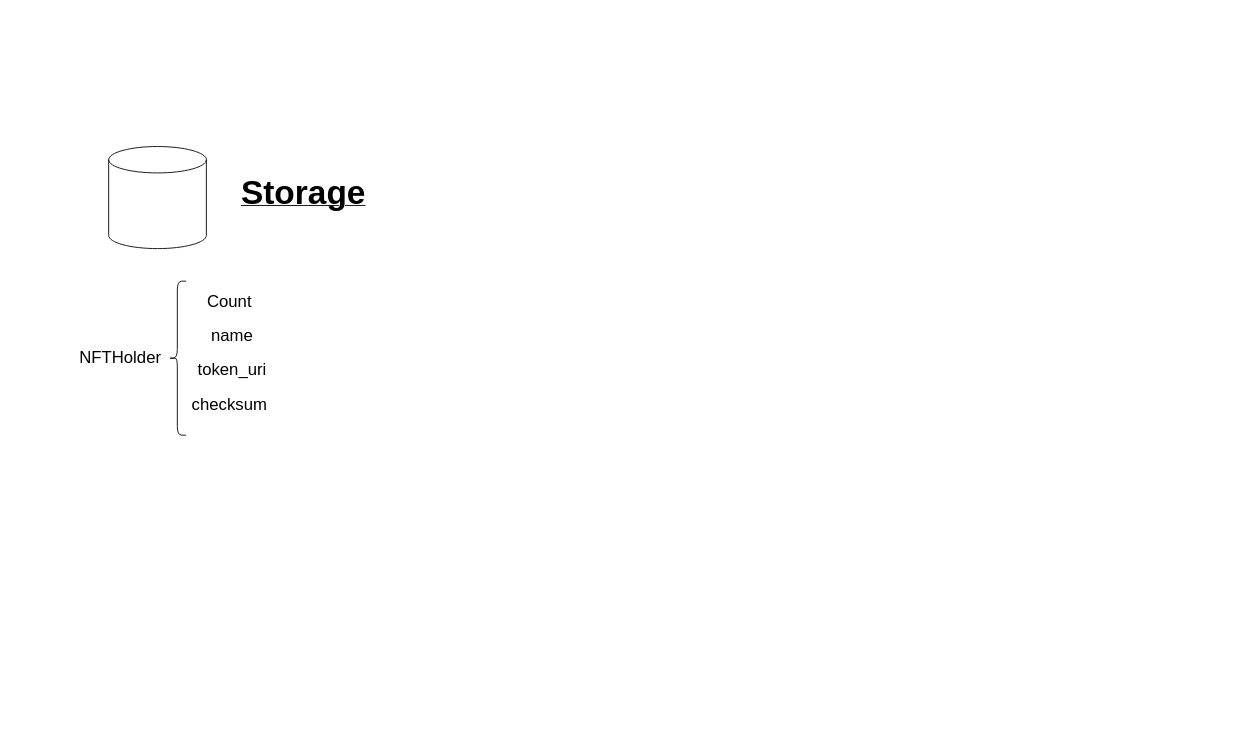
Above: LOL.drawio in k3rn3lpanicc/NDPC-SmartContract (draw.io), before the change. Source tidied: cells renumbered, new cells numbered last; positions are measured from the earlier drawing's top-left corner, leaving out a move shared by most shapes. Both pictures are drawn from the tidied source at 88%, with x=0, y=0 at pixel (70, 146).
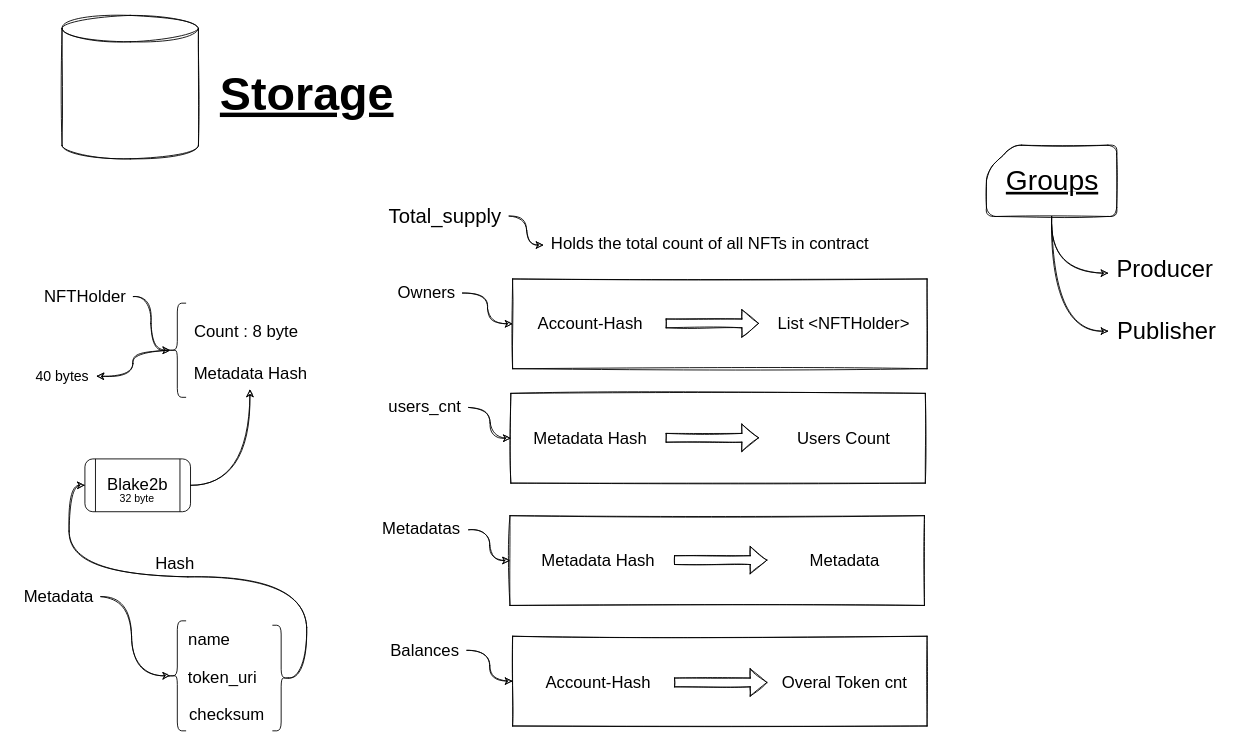
The same diagram, later.

Diff of the diagram source:
```diff
@@
-    <mxCell id="2" style="shape=cylinder3;whiteSpace=wrap;html=1;boundedLbl=1;backgroundOutline=1;size=15;" parent="1" vertex="1">
-      <mxGeometry x="43" width="111" height="116" as="geometry" />
+    <mxCell id="2" style="shape=cylinder3;whiteSpace=wrap;html=1;boundedLbl=1;backgroundOutline=1;size=15;rounded=1;fillColor=none;fontColor=#ffffff;strokeColor=default;shadow=0;sketch=1;" parent="1" vertex="1">
+      <mxGeometry x="-10" y="-149" width="155" height="163" as="geometry" />
     </mxCell>
-    <mxCell id="3" value="&lt;b&gt;&lt;u&gt;&lt;font style=&quot;font-size: 38px;&quot;&gt;Storage&lt;/font&gt;&lt;/u&gt;&lt;/b&gt;" style="text;html=1;align=center;verticalAlign=middle;strokeColor=none;fillColor=none;" parent="1" vertex="1">
-      <mxGeometry x="184" y="24" width="159" height="58" as="geometry" />
+    <mxCell id="3" value="&lt;b style=&quot;font-size: 53px;&quot;&gt;&lt;u style=&quot;font-size: 53px;&quot;&gt;&lt;font style=&quot;font-size: 53px;&quot;&gt;Storage&lt;/font&gt;&lt;/u&gt;&lt;/b&gt;" style="text;html=1;align=center;verticalAlign=middle;strokeColor=none;fillColor=none;rounded=1;fontSize=53;glass=0;sketch=0;shadow=0;" parent="1" vertex="1">
+      <mxGeometry x="160" y="-98" width="215" height="76" as="geometry" />
     </mxCell>
+    <mxCell id="10" style="edgeStyle=orthogonalEdgeStyle;curved=1;rounded=1;sketch=1;jettySize=auto;html=1;fontSize=19;" parent="1" edge="1" source="4">
+      <mxGeometry relative="1" as="geometry">
+        <mxPoint x="29" y="261" as="targetPoint" />
+      </mxGeometry>
+    </mxCell>
     <mxCell id="4" style="shape=curlyBracket;whiteSpace=wrap;html=1;rounded=1;labelPosition=left;verticalLabelPosition=middle;align=right;verticalAlign=middle;fontSize=38;" parent="1" vertex="1">
-      <mxGeometry x="111" y="153" width="20" height="175" as="geometry" />
+      <mxGeometry x="111" y="178" width="20" height="107" as="geometry" />
     </mxCell>
+    <mxCell id="11" style="edgeStyle=orthogonalEdgeStyle;curved=1;rounded=1;sketch=1;jettySize=auto;html=1;entryX=0.1;entryY=0.5;entryDx=0;entryDy=0;entryPerimeter=0;fontSize=46;" parent="1" edge="1" source="9" target="4">
+      <mxGeometry relative="1" as="geometry" />
+    </mxCell>
+    <mxCell id="9" value="NFTHolder" style="text;html=1;align=center;verticalAlign=middle;points=[];strokeColor=none;fillColor=none;fontSize=19;strokeWidth=1;rounded=1;" parent="1" vertex="1">
+      <mxGeometry x="-40" y="153" width="111" height="35" as="geometry" />
+    </mxCell>
+    <mxCell id="12" style="rounded=0;whiteSpace=wrap;html=1;sketch=1;" parent="1" vertex="1">
+      <mxGeometry x="502" y="150.5" width="471" height="102" as="geometry" />
+    </mxCell>
+    <mxCell id="13" value="Account-Hash" style="text;html=1;align=center;verticalAlign=middle;strokeColor=none;fillColor=none;fontSize=19;strokeWidth=1;rounded=1;" parent="1" vertex="1">
+      <mxGeometry x="521" y="184" width="137" height="35" as="geometry" />
+    </mxCell>
+    <mxCell id="14" style="shape=flexArrow;endArrow=classic;html=1;rounded=1;curved=1;sketch=1;" parent="1" edge="1">
+      <mxGeometry relative="1" as="geometry">
+        <mxPoint x="676" y="201" as="sourcePoint" />
+        <mxPoint x="782" y="201" as="targetPoint" />
+      </mxGeometry>
+    </mxCell>
+    <mxCell id="15" value="List &amp;lt;NFTHolder&amp;gt;" style="text;html=1;align=center;verticalAlign=middle;strokeColor=none;fillColor=none;fontSize=19;strokeWidth=1;rounded=1;glass=0;shadow=0;sketch=0;" parent="1" vertex="1">
+      <mxGeometry x="794" y="184" width="168" height="35" as="geometry" />
+    </mxCell>
+    <mxCell id="16" style="edgeStyle=orthogonalEdgeStyle;curved=1;rounded=1;sketch=1;jettySize=auto;html=1;entryX=0;entryY=0.5;entryDx=0;entryDy=0;fontSize=46;" parent="1" edge="1" source="17" target="12">
+      <mxGeometry relative="1" as="geometry" />
+    </mxCell>
+    <mxCell id="17" value="Owners" style="text;html=1;align=center;verticalAlign=middle;points=[];strokeColor=none;fillColor=none;fontSize=19;strokeWidth=1;rounded=1;" parent="1" vertex="1">
+      <mxGeometry x="362" y="149" width="83" height="35" as="geometry" />
+    </mxCell>
+    <mxCell id="18" style="rounded=0;whiteSpace=wrap;html=1;sketch=1;" parent="1" vertex="1">
+      <mxGeometry x="500" y="280.5" width="471" height="102" as="geometry" />
+    </mxCell>
+    <mxCell id="19" style="edgeStyle=orthogonalEdgeStyle;curved=1;rounded=1;sketch=1;jettySize=auto;html=1;entryX=0;entryY=0.5;entryDx=0;entryDy=0;fontSize=46;" parent="1" edge="1" target="18">
+      <mxGeometry relative="1" as="geometry">
+        <mxPoint x="452" y="296.5" as="sourcePoint" />
+      </mxGeometry>
+    </mxCell>
+    <mxCell id="20" value="users_cnt" style="text;html=1;align=center;verticalAlign=middle;strokeColor=none;fillColor=none;fontSize=19;strokeWidth=1;rounded=1;" parent="1" vertex="1">
+      <mxGeometry x="352" y="278" width="100" height="35" as="geometry" />
+    </mxCell>
+    <mxCell id="21" style="edgeStyle=orthogonalEdgeStyle;curved=1;rounded=1;sketch=1;jettySize=auto;html=1;entryX=0.003;entryY=0.543;entryDx=0;entryDy=0;entryPerimeter=0;fontSize=19;" parent="1" edge="1" source="22" target="23">
+      <mxGeometry relative="1" as="geometry" />
+    </mxCell>
+    <mxCell id="22" value="Total_supply" style="text;html=1;align=center;verticalAlign=middle;points=[];strokeColor=none;fillColor=none;fontSize=23;" parent="1" vertex="1">
+      <mxGeometry x="352" y="59" width="146" height="40" as="geometry" />
+    </mxCell>
+    <mxCell id="23" value="Holds the total count of all NFTs in contract" style="text;html=1;align=center;verticalAlign=middle;points=[];strokeColor=none;fillColor=none;fontSize=19;rounded=1;shadow=0;glass=0;sketch=0;" parent="1" vertex="1">
+      <mxGeometry x="536" y="93" width="379" height="35" as="geometry" />
+    </mxCell>
+    <mxCell id="24" style="rounded=0;whiteSpace=wrap;html=1;sketch=1;" parent="1" vertex="1">
+      <mxGeometry x="499" y="419.5" width="471" height="102" as="geometry" />
+    </mxCell>
+    <mxCell id="25" style="edgeStyle=orthogonalEdgeStyle;curved=1;rounded=1;sketch=1;jettySize=auto;html=1;entryX=0;entryY=0.5;entryDx=0;entryDy=0;fontSize=46;" parent="1" edge="1" target="24">
+      <mxGeometry relative="1" as="geometry">
+        <mxPoint x="452" y="435.5" as="sourcePoint" />
+      </mxGeometry>
+    </mxCell>
+    <mxCell id="26" value="Metadatas" style="text;html=1;align=center;verticalAlign=middle;strokeColor=none;fillColor=none;fontSize=19;strokeWidth=1;rounded=1;" parent="1" vertex="1">
+      <mxGeometry x="344" y="417" width="107" height="35" as="geometry" />
+    </mxCell>
-    <mxCell id="5" value="Count" style="text;html=1;align=center;verticalAlign=middle;strokeColor=none;fillColor=none;fontSize=19;strokeWidth=1;" parent="1" vertex="1">
-      <mxGeometry x="145" y="159" width="69" height="35" as="geometry" />
+    <mxCell id="5" value="Count : 8 byte" style="text;html=1;align=center;verticalAlign=middle;strokeColor=none;fillColor=none;fontSize=19;strokeWidth=1;rounded=1;" parent="1" vertex="1">
+      <mxGeometry x="131" y="193" width="136" height="35" as="geometry" />
     </mxCell>
+    <mxCell id="27" style="group;" parent="1" vertex="1">
+      <mxGeometry x="124" y="374" width="125" height="121" as="geometry" />
+    </mxCell>
-    <mxCell id="6" value="name" style="text;html=1;align=center;verticalAlign=middle;strokeColor=none;fillColor=none;fontSize=19;strokeWidth=1;" parent="1" vertex="1">
-      <mxGeometry x="150" y="198" width="66" height="35" as="geometry" />
+    <mxCell id="6" value="name" style="text;html=1;align=center;verticalAlign=middle;strokeColor=none;fillColor=none;fontSize=19;strokeWidth=1;rounded=1;" parent="27" vertex="1">
+      <mxGeometry y="169" width="66" height="35" as="geometry" />
     </mxCell>
-    <mxCell id="7" value="token_uri" style="text;html=1;align=center;verticalAlign=middle;strokeColor=none;fillColor=none;fontSize=19;strokeWidth=1;" parent="1" vertex="1">
-      <mxGeometry x="135" y="236" width="96" height="35" as="geometry" />
+    <mxCell id="7" value="token_uri" style="text;html=1;align=center;verticalAlign=middle;strokeColor=none;fillColor=none;fontSize=19;strokeWidth=1;rounded=1;" parent="27" vertex="1">
+      <mxGeometry y="212" width="96" height="35" as="geometry" />
     </mxCell>
-    <mxCell id="8" value="checksum" style="text;html=1;align=center;verticalAlign=middle;strokeColor=none;fillColor=none;fontSize=19;strokeWidth=1;" parent="1" vertex="1">
-      <mxGeometry x="127.5" y="276" width="104" height="35" as="geometry" />
+    <mxCell id="8" value="checksum" style="text;html=1;align=center;verticalAlign=middle;strokeColor=none;fillColor=none;fontSize=19;strokeWidth=1;rounded=1;" parent="27" vertex="1">
+      <mxGeometry x="0.5" y="254" width="104" height="35" as="geometry" />
     </mxCell>
-    <mxCell id="9" value="NFTHolder" style="text;html=1;align=center;verticalAlign=middle;points=[];strokeColor=none;fillColor=none;fontSize=19;strokeWidth=1;" parent="1" vertex="1">
-      <mxGeometry y="223" width="111" height="35" as="geometry" />
-    </mxCell>
+    <mxCell id="28" style="shape=curlyBracket;whiteSpace=wrap;html=1;rounded=1;flipH=1;labelPosition=right;verticalLabelPosition=middle;align=left;verticalAlign=middle;shadow=0;glass=0;sketch=0;strokeColor=default;fontSize=19;fillColor=none;gradientColor=default;" parent="27" vertex="1">
+      <mxGeometry x="105" y="170" width="20" height="120" as="geometry" />
+    </mxCell>
+    <mxCell id="29" value="Hash" style="text;html=1;align=center;verticalAlign=middle;strokeColor=none;fillColor=none;fontSize=19;" parent="27" vertex="1">
+      <mxGeometry x="-37" y="83" width="62" height="35" as="geometry" />
+    </mxCell>
+    <mxCell id="30" style="edgeStyle=orthogonalEdgeStyle;curved=1;rounded=1;sketch=1;jettySize=auto;html=1;fontSize=19;entryX=0.1;entryY=0.5;entryDx=0;entryDy=0;entryPerimeter=0;" parent="1" edge="1" source="31" target="32">
+      <mxGeometry relative="1" as="geometry">
+        <Array as="points">
+          <mxPoint x="69" y="512" />
+          <mxPoint x="69" y="602" />
+        </Array>
+      </mxGeometry>
+    </mxCell>
+    <mxCell id="31" value="Metadata" style="text;html=1;align=center;verticalAlign=middle;points=[];strokeColor=none;fillColor=none;fontSize=19;strokeWidth=1;rounded=1;" parent="1" vertex="1">
+      <mxGeometry x="-63" y="494" width="97" height="35" as="geometry" />
+    </mxCell>
+    <mxCell id="32" style="shape=curlyBracket;whiteSpace=wrap;html=1;rounded=1;labelPosition=left;verticalLabelPosition=middle;align=right;verticalAlign=middle;fontSize=38;" parent="1" vertex="1">
+      <mxGeometry x="111" y="539" width="20" height="125" as="geometry" />
+    </mxCell>
+    <mxCell id="33" value="Metadata Hash" style="text;html=1;align=center;verticalAlign=middle;points=[];strokeColor=none;fillColor=none;fontSize=19;strokeWidth=1;rounded=1;" parent="1" vertex="1">
+      <mxGeometry x="130" y="241" width="147" height="35" as="geometry" />
+    </mxCell>
+    <mxCell id="34" style="edgeStyle=orthogonalEdgeStyle;curved=1;rounded=1;sketch=1;jettySize=auto;html=1;exitX=1;exitY=0.5;exitDx=0;exitDy=0;fontSize=19;" parent="1" edge="1" source="36" target="33">
+      <mxGeometry relative="1" as="geometry" />
+    </mxCell>
+    <mxCell id="35" value="32 byte" style="edgeLabel;html=1;align=center;verticalAlign=middle;fontSize=12;" parent="34" vertex="1">
+      <mxGeometry x="0.13" y="10" relative="1" as="geometry">
+        <mxPoint x="-119" y="48" as="offset" />
+      </mxGeometry>
+    </mxCell>
+    <mxCell id="36" value="Blake2b" style="shape=process;whiteSpace=wrap;html=1;backgroundOutline=1;rounded=1;shadow=0;glass=0;sketch=0;strokeColor=default;fontSize=19;fillColor=none;gradientColor=default;" parent="1" vertex="1">
+      <mxGeometry x="16" y="355" width="120" height="60" as="geometry" />
+    </mxCell>
+    <mxCell id="37" style="edgeStyle=orthogonalEdgeStyle;curved=1;rounded=1;sketch=1;jettySize=auto;html=1;exitX=0.1;exitY=0.5;exitDx=0;exitDy=0;exitPerimeter=0;entryX=0;entryY=0.5;entryDx=0;entryDy=0;fontSize=19;" parent="1" edge="1" source="28" target="36">
+      <mxGeometry relative="1" as="geometry">
+        <Array as="points">
+          <mxPoint x="268" y="604" />
+          <mxPoint x="268" y="489" />
+          <mxPoint x="-2" y="489" />
+          <mxPoint x="-2" y="385" />
+        </Array>
+      </mxGeometry>
+    </mxCell>
+    <mxCell id="38" value="40 bytes" style="text;html=1;align=center;verticalAlign=middle;fontSize=16;" parent="1" vertex="1">
+      <mxGeometry x="-49" y="245" width="78" height="31" as="geometry" />
+    </mxCell>
+    <mxCell id="39" value="Metadata Hash" style="text;html=1;align=center;verticalAlign=middle;strokeColor=none;fillColor=none;fontSize=19;strokeWidth=1;rounded=1;" parent="1" vertex="1">
+      <mxGeometry x="516" y="314" width="147" height="35" as="geometry" />
+    </mxCell>
+    <mxCell id="40" style="shape=flexArrow;endArrow=classic;html=1;rounded=1;curved=1;sketch=1;" parent="1" edge="1">
+      <mxGeometry relative="1" as="geometry">
+        <mxPoint x="676" y="331" as="sourcePoint" />
+        <mxPoint x="782" y="331" as="targetPoint" />
+      </mxGeometry>
+    </mxCell>
+    <mxCell id="41" value="Users Count" style="text;html=1;align=center;verticalAlign=middle;strokeColor=none;fillColor=none;fontSize=19;strokeWidth=1;rounded=1;glass=0;shadow=0;sketch=0;" parent="1" vertex="1">
+      <mxGeometry x="816" y="314" width="124" height="35" as="geometry" />
+    </mxCell>
+    <mxCell id="42" value="Metadata Hash" style="text;html=1;align=center;verticalAlign=middle;strokeColor=none;fillColor=none;fontSize=19;strokeWidth=1;rounded=1;" parent="1" vertex="1">
+      <mxGeometry x="525.5" y="453" width="147" height="35" as="geometry" />
+    </mxCell>
+    <mxCell id="43" style="shape=flexArrow;endArrow=classic;html=1;rounded=1;curved=1;sketch=1;" parent="1" edge="1">
+      <mxGeometry relative="1" as="geometry">
+        <mxPoint x="685.5" y="470" as="sourcePoint" />
+        <mxPoint x="791.5" y="470" as="targetPoint" />
+      </mxGeometry>
+    </mxCell>
+    <mxCell id="44" value="Metadata" style="text;html=1;align=center;verticalAlign=middle;strokeColor=none;fillColor=none;fontSize=19;strokeWidth=1;rounded=1;glass=0;shadow=0;sketch=0;" parent="1" vertex="1">
+      <mxGeometry x="830" y="453" width="97" height="35" as="geometry" />
+    </mxCell>
+    <mxCell id="45" style="rounded=0;whiteSpace=wrap;html=1;sketch=1;" parent="1" vertex="1">
+      <mxGeometry x="502" y="556.5" width="471" height="102" as="geometry" />
+    </mxCell>
+    <mxCell id="46" style="edgeStyle=orthogonalEdgeStyle;curved=1;rounded=1;sketch=1;jettySize=auto;html=1;entryX=0;entryY=0.5;entryDx=0;entryDy=0;fontSize=46;" parent="1" edge="1" source="47" target="45">
+      <mxGeometry relative="1" as="geometry" />
+    </mxCell>
+    <mxCell id="47" value="Balances" style="text;html=1;align=center;verticalAlign=middle;points=[];strokeColor=none;fillColor=none;fontSize=19;strokeWidth=1;rounded=1;" parent="1" vertex="1">
+      <mxGeometry x="354" y="555" width="96" height="35" as="geometry" />
+    </mxCell>
+    <mxCell id="48" value="Account-Hash" style="text;html=1;align=center;verticalAlign=middle;strokeColor=none;fillColor=none;fontSize=19;strokeWidth=1;rounded=1;" parent="1" vertex="1">
+      <mxGeometry x="530.5" y="592" width="137" height="35" as="geometry" />
+    </mxCell>
+    <mxCell id="49" style="shape=flexArrow;endArrow=classic;html=1;rounded=1;curved=1;sketch=1;" parent="1" edge="1">
+      <mxGeometry relative="1" as="geometry">
+        <mxPoint x="685.5" y="609" as="sourcePoint" />
+        <mxPoint x="791.5" y="609" as="targetPoint" />
+      </mxGeometry>
+    </mxCell>
+    <mxCell id="50" value="Overal Token cnt" style="text;html=1;align=center;verticalAlign=middle;strokeColor=none;fillColor=none;fontSize=19;strokeWidth=1;rounded=1;glass=0;shadow=0;sketch=0;" parent="1" vertex="1">
+      <mxGeometry x="799" y="592" width="160" height="35" as="geometry" />
+    </mxCell>
+    <mxCell id="51" value="Groups" style="text;html=1;align=center;verticalAlign=middle;strokeColor=none;fillColor=none;fontSize=32;fontStyle=4;" parent="1" vertex="1">
+      <mxGeometry x="1053" y="14" width="123" height="50" as="geometry" />
+    </mxCell>
+    <mxCell id="52" value="Producer" style="text;html=1;align=center;verticalAlign=middle;points=[];strokeColor=none;fillColor=none;fontSize=27;" parent="1" vertex="1">
+      <mxGeometry x="1179" y="117.5" width="128" height="44" as="geometry" />
+    </mxCell>
+    <mxCell id="53" value="Publisher" style="text;html=1;align=center;verticalAlign=middle;points=[];strokeColor=none;fillColor=none;fontSize=27;" parent="1" vertex="1">
+      <mxGeometry x="1179" y="188" width="131" height="44" as="geometry" />
+    </mxCell>
+    <mxCell id="54" style="edgeStyle=orthogonalEdgeStyle;curved=1;rounded=1;sketch=1;jettySize=auto;html=1;entryX=0.001;entryY=0.601;entryDx=0;entryDy=0;entryPerimeter=0;fontSize=27;" parent="1" edge="1" source="56" target="52">
+      <mxGeometry relative="1" as="geometry" />
+    </mxCell>
+    <mxCell id="55" style="edgeStyle=orthogonalEdgeStyle;curved=1;rounded=1;sketch=1;jettySize=auto;html=1;entryX=0.001;entryY=0.496;entryDx=0;entryDy=0;entryPerimeter=0;fontSize=27;" parent="1" edge="1" source="56" target="53">
+      <mxGeometry relative="1" as="geometry" />
+    </mxCell>
+    <mxCell id="56" style="shape=card;whiteSpace=wrap;html=1;rounded=1;shadow=0;glass=0;sketch=1;strokeColor=default;fontSize=27;fillColor=none;gradientColor=default;" parent="1" vertex="1">
+      <mxGeometry x="1040.5" y="-1.5" width="148" height="81" as="geometry" />
+    </mxCell>
```
